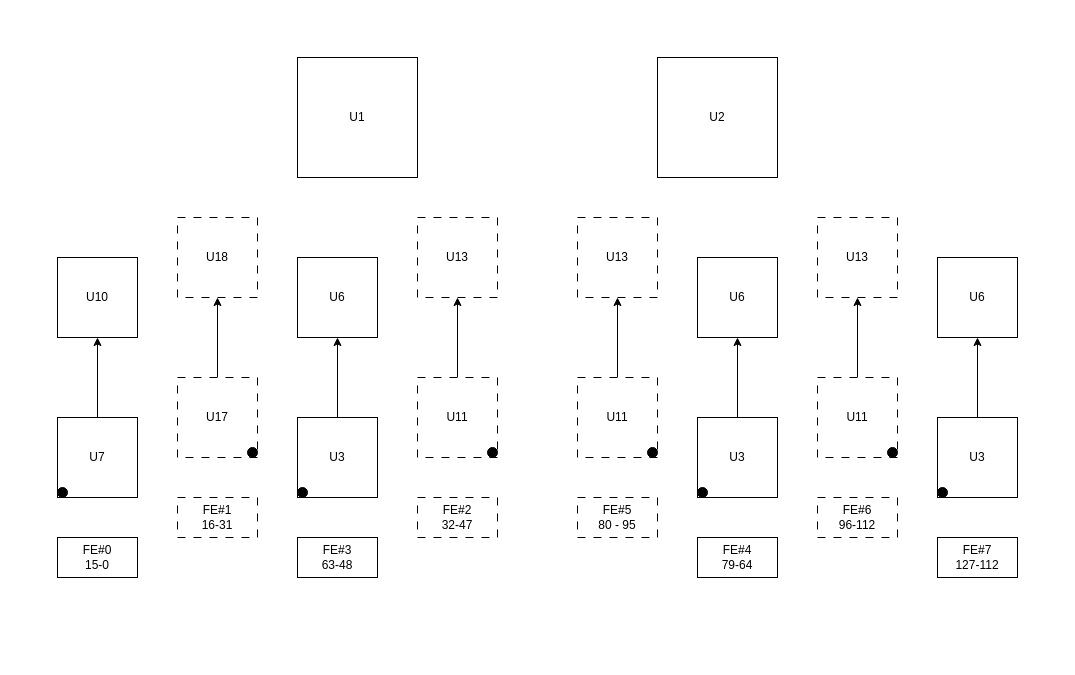
Above: a.drawio in lkebnl/Draw_IO (draw.io), before the change. Source tidied: cells renumbered, new cells numbered last; positions are measured from the earlier drawing's top-left corner, leaving out a move shared by most shapes. Both pictures are drawn from the tidied source at 100%, with x=0, y=0 at pixel (57, 57).
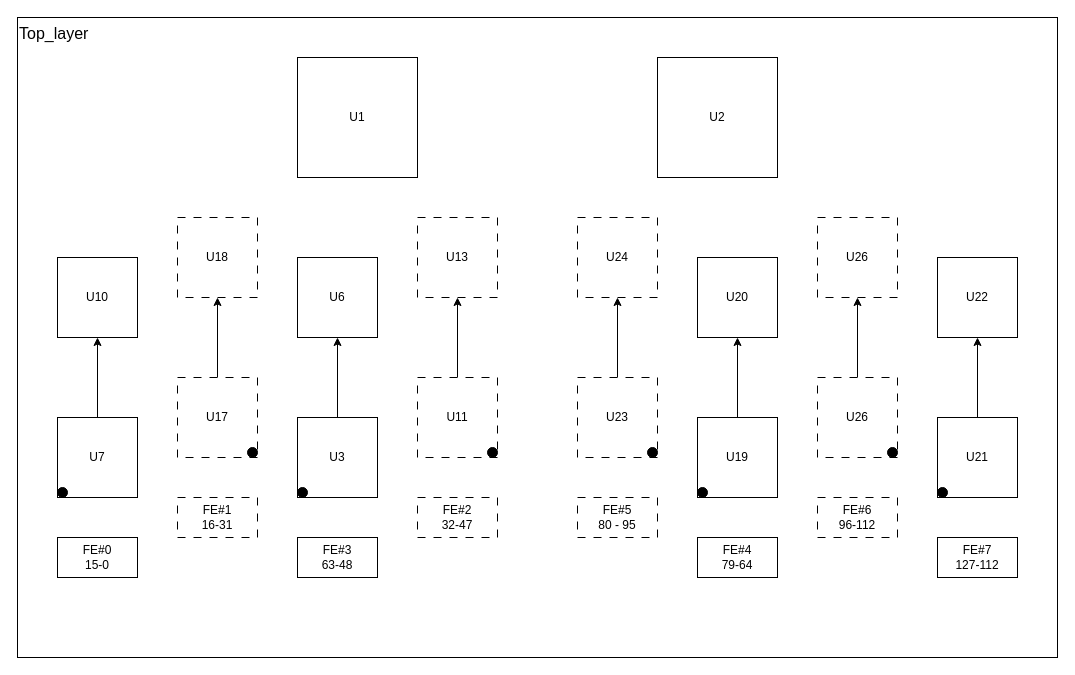
The same diagram, later.

What changed in the source:
```diff
@@
+    <mxCell id="44" value="Top_layer" style="rounded=0;whiteSpace=wrap;html=1;align=left;verticalAlign=top;fontSize=16;" parent="1" vertex="1">
+      <mxGeometry x="-40" y="-40" width="1040" height="640" as="geometry" />
+    </mxCell>
@@
-    <mxCell id="16" value="U6" style="rounded=0;whiteSpace=wrap;html=1;" parent="1" vertex="1">
+    <mxCell id="16" value="U20" style="rounded=0;whiteSpace=wrap;html=1;" parent="1" vertex="1">
       <mxGeometry x="640" y="200" width="80" height="80" as="geometry" />
     </mxCell>
-    <mxCell id="17" value="U13" style="rounded=0;whiteSpace=wrap;html=1;dashed=1;dashPattern=8 8;" parent="1" vertex="1">
+    <mxCell id="17" value="U24" style="rounded=0;whiteSpace=wrap;html=1;dashed=1;dashPattern=8 8;" parent="1" vertex="1">
       <mxGeometry x="520" y="160" width="80" height="80" as="geometry" />
     </mxCell>
@@
-    <mxCell id="19" value="U3" style="rounded=0;whiteSpace=wrap;html=1;" parent="1" vertex="1">
+    <mxCell id="19" value="U19" style="rounded=0;whiteSpace=wrap;html=1;" parent="1" vertex="1">
       <mxGeometry x="640" y="360" width="80" height="80" as="geometry" />
     </mxCell>
@@
-    <mxCell id="21" value="U11" style="rounded=0;whiteSpace=wrap;html=1;dashed=1;dashPattern=8 8;" parent="1" vertex="1">
+    <mxCell id="21" value="U23" style="rounded=0;whiteSpace=wrap;html=1;dashed=1;dashPattern=8 8;" parent="1" vertex="1">
       <mxGeometry x="520" y="320" width="80" height="80" as="geometry" />
     </mxCell>
-    <mxCell id="22" value="U6" style="rounded=0;whiteSpace=wrap;html=1;" parent="1" vertex="1">
+    <mxCell id="22" value="U22" style="rounded=0;whiteSpace=wrap;html=1;" parent="1" vertex="1">
       <mxGeometry x="880" y="200" width="80" height="80" as="geometry" />
     </mxCell>
-    <mxCell id="23" value="U13" style="rounded=0;whiteSpace=wrap;html=1;dashed=1;dashPattern=8 8;" parent="1" vertex="1">
+    <mxCell id="23" value="U26" style="rounded=0;whiteSpace=wrap;html=1;dashed=1;dashPattern=8 8;" parent="1" vertex="1">
       <mxGeometry x="760" y="160" width="80" height="80" as="geometry" />
     </mxCell>
@@
-    <mxCell id="25" value="U3" style="rounded=0;whiteSpace=wrap;html=1;" parent="1" vertex="1">
+    <mxCell id="25" value="U21" style="rounded=0;whiteSpace=wrap;html=1;" parent="1" vertex="1">
       <mxGeometry x="880" y="360" width="80" height="80" as="geometry" />
     </mxCell>
@@
-    <mxCell id="27" value="U11" style="rounded=0;whiteSpace=wrap;html=1;dashed=1;dashPattern=8 8;" parent="1" vertex="1">
+    <mxCell id="27" value="U26" style="rounded=0;whiteSpace=wrap;html=1;dashed=1;dashPattern=8 8;" parent="1" vertex="1">
       <mxGeometry x="760" y="320" width="80" height="80" as="geometry" />
     </mxCell>
```
